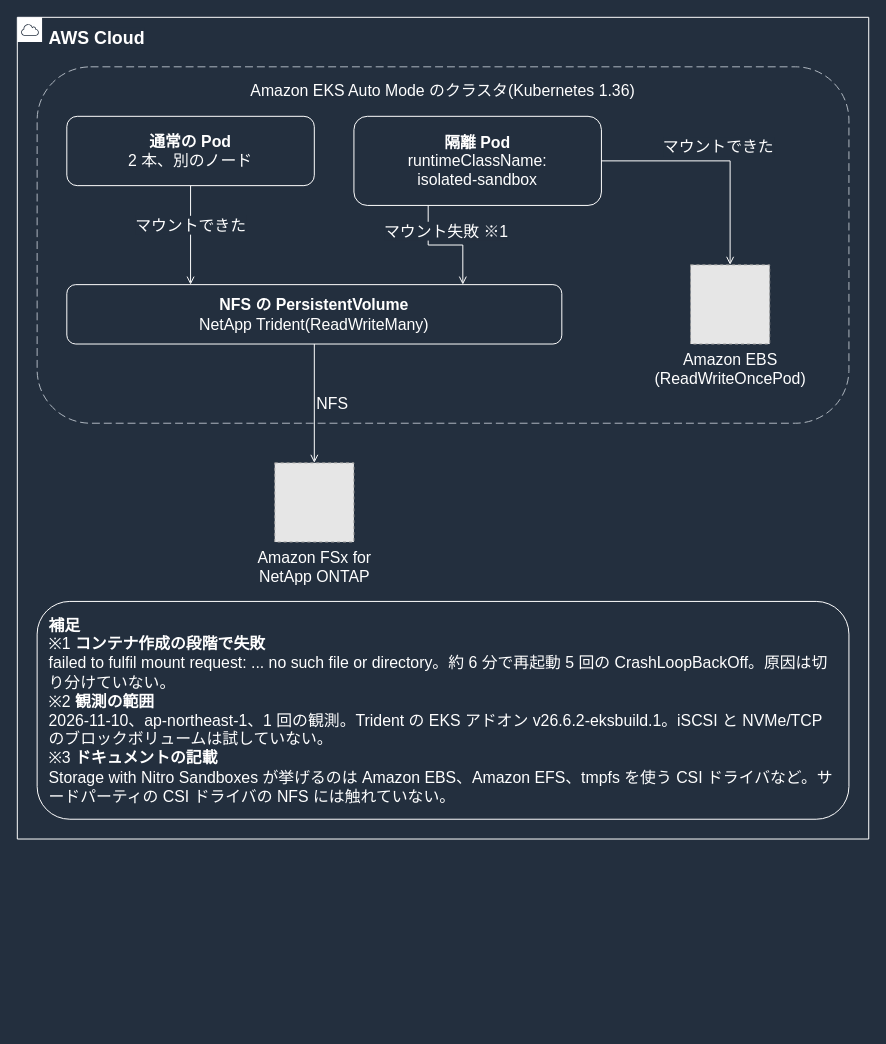
This is docs/_assets/diagrams/s3ap-sandbox-storage-dark.drawio from Yoshiki0705/FSx-for-ONTAP-Container-Datastore-Patterns, a draw.io file, before an edit. Source tidied: cells renumbered, new cells numbered last; positions are measured from the earlier drawing's top-left corner, leaving out a move shared by most shapes. Both pictures are drawn from the tidied source at 99%, with x=0, y=0 at pixel (17, 17). Pictures stored in the file or linked from it are replaced by grey dashed boxes.
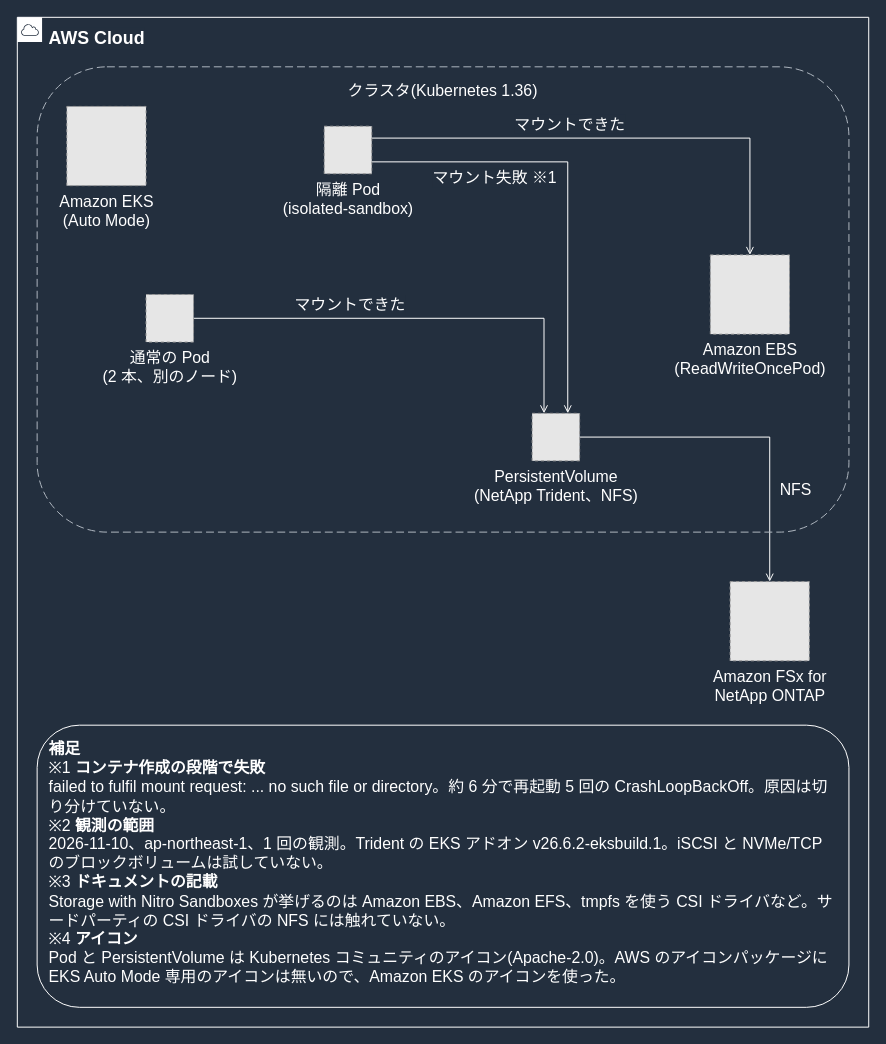
Above is the later version.

Change to the diagram source:
```diff
@@
 <mxGraphModel background="#232F3E">
   <root>
     <mxCell id="0" />
     <mxCell id="1" parent="0" />
-    <mxCell id="2" value="マウントできた" style="edgeStyle=orthogonalEdgeStyle;rounded=0;html=1;endArrow=open;endFill=0;strokeColor=#FFFFFF;strokeWidth=1;fontSize=16;fontColor=#FFFFFF;labelBackgroundColor=#232F3E;exitX=0.5;exitY=1.0;exitDx=0;exitDy=0;entryX=0.25;entryY=0.0;entryDx=0;entryDy=0;" parent="1" edge="1" source="8" target="10">
-      <mxGeometry relative="1" as="geometry">
-        <mxPoint y="-10" as="offset" />
+    <mxCell id="2" value="マウントできた" style="edgeStyle=orthogonalEdgeStyle;rounded=0;html=1;endArrow=open;endFill=0;strokeColor=#FFFFFF;strokeWidth=1;fontSize=16;fontColor=#FFFFFF;labelBackgroundColor=#232F3E;exitX=1.0;exitY=0.5;exitDx=0;exitDy=0;entryX=0.25;entryY=0.0;entryDx=0;entryDy=0;" parent="1" edge="1" source="8" target="10">
+      <mxGeometry x="-0.3" relative="1" as="geometry">
+        <mxPoint y="-14" as="offset" />
       </mxGeometry>
     </mxCell>
-    <mxCell id="3" value="マウント失敗 ※1" style="edgeStyle=orthogonalEdgeStyle;rounded=0;html=1;endArrow=open;endFill=0;strokeColor=#FFFFFF;strokeWidth=1;fontSize=16;fontColor=#FFFFFF;labelBackgroundColor=#232F3E;exitX=0.3;exitY=1.0;exitDx=0;exitDy=0;entryX=0.8;entryY=0.0;entryDx=0;entryDy=0;" parent="1" edge="1" source="9" target="10">
-      <mxGeometry relative="1" as="geometry">
-        <mxPoint y="-14" as="offset" />
+    <mxCell id="3" value="マウント失敗 ※1" style="edgeStyle=orthogonalEdgeStyle;rounded=0;html=1;endArrow=open;endFill=0;strokeColor=#FFFFFF;strokeWidth=1;fontSize=16;fontColor=#FFFFFF;labelBackgroundColor=#232F3E;exitX=1.0;exitY=0.75;exitDx=0;exitDy=0;entryX=0.75;entryY=0.0;entryDx=0;entryDy=0;" parent="1" edge="1" source="9" target="10">
+      <mxGeometry x="-0.45" relative="1" as="geometry">
+        <mxPoint y="16" as="offset" />
       </mxGeometry>
     </mxCell>
-    <mxCell id="4" value="マウントできた" style="edgeStyle=orthogonalEdgeStyle;rounded=0;html=1;endArrow=open;endFill=0;strokeColor=#FFFFFF;strokeWidth=1;fontSize=16;fontColor=#FFFFFF;labelBackgroundColor=#232F3E;exitX=1.0;exitY=0.5;exitDx=0;exitDy=0;entryX=0.5;entryY=0.0;entryDx=0;entryDy=0;" parent="1" edge="1" source="9" target="12">
-      <mxGeometry relative="1" as="geometry">
+    <mxCell id="4" value="マウントできた" style="edgeStyle=orthogonalEdgeStyle;rounded=0;html=1;endArrow=open;endFill=0;strokeColor=#FFFFFF;strokeWidth=1;fontSize=16;fontColor=#FFFFFF;labelBackgroundColor=#232F3E;exitX=1.0;exitY=0.25;exitDx=0;exitDy=0;entryX=0.5;entryY=0.0;entryDx=0;entryDy=0;" parent="1" edge="1" source="9" target="12">
+      <mxGeometry x="-0.2" relative="1" as="geometry">
         <mxPoint y="-14" as="offset" />
       </mxGeometry>
     </mxCell>
-    <mxCell id="5" value="NFS" style="edgeStyle=orthogonalEdgeStyle;rounded=0;html=1;endArrow=open;endFill=0;strokeColor=#FFFFFF;strokeWidth=1;fontSize=16;fontColor=#FFFFFF;labelBackgroundColor=#232F3E;exitX=0.5;exitY=1.0;exitDx=0;exitDy=0;entryX=0.5;entryY=0.0;entryDx=0;entryDy=0;" parent="1" edge="1" source="10" target="13">
-      <mxGeometry relative="1" as="geometry">
-        <mxPoint x="18" as="offset" />
+    <mxCell id="5" value="NFS" style="edgeStyle=orthogonalEdgeStyle;rounded=0;html=1;endArrow=open;endFill=0;strokeColor=#FFFFFF;strokeWidth=1;fontSize=16;fontColor=#FFFFFF;labelBackgroundColor=#232F3E;exitX=1.0;exitY=0.5;exitDx=0;exitDy=0;entryX=0.5;entryY=0.0;entryDx=0;entryDy=0;" parent="1" edge="1" source="10" target="13">
+      <mxGeometry x="0.45" relative="1" as="geometry">
+        <mxPoint x="26" as="offset" />
       </mxGeometry>
     </mxCell>
     <mxCell id="6" value="AWS Cloud" style="gradientColor=none;html=1;whiteSpace=wrap;fontSize=18;fontStyle=1;fontColor=#FFFFFF;shape=mxgraph.aws4.group;grIcon=mxgraph.aws4.group_aws_cloud;strokeColor=#FFFFFF;fillColor=none;verticalAlign=top;align=left;spacingLeft=30;spacingTop=4;dashed=0;labelBackgroundColor=#232F3E;" parent="1" vertex="1">
-      <mxGeometry width="860" height="830" as="geometry" />
+      <mxGeometry width="860" height="1020" as="geometry" />
     </mxCell>
-    <mxCell id="7" value="Amazon EKS Auto Mode のクラスタ(Kubernetes 1.36)" style="rounded=1;whiteSpace=wrap;html=1;dashed=1;dashPattern=8 4;strokeColor=#B0B8C1;fillColor=none;fontColor=#FFFFFF;fontSize=16;verticalAlign=top;align=center;spacingTop=8;" parent="1" vertex="1">
-      <mxGeometry x="20" y="50" width="820" height="360" as="geometry" />
+    <mxCell id="7" value="クラスタ(Kubernetes 1.36)" style="rounded=1;whiteSpace=wrap;html=1;dashed=1;dashPattern=8 4;strokeColor=#B0B8C1;fillColor=none;fontColor=#FFFFFF;fontSize=16;verticalAlign=top;align=center;spacingTop=8;" parent="1" vertex="1">
+      <mxGeometry x="20" y="50" width="820" height="470" as="geometry" />
     </mxCell>
+    <mxCell id="11" value="&lt;b&gt;補足&lt;/b&gt;&lt;br&gt;※1 &lt;b&gt;コンテナ作成の段階で失敗&lt;/b&gt;&lt;br&gt;failed to fulfil mount request: ... no such file or directory。約 6 分で再起動 5 回の CrashLoopBackOff。原因は切り分けていない。&lt;br&gt;※2 &lt;b&gt;観測の範囲&lt;/b&gt;&lt;br&gt;2026-11-10、ap-northeast-1、1 回の観測。Trident の EKS アドオン v26.6.2-eksbuild.1。iSCSI と NVMe/TCP のブロックボリュームは試していない。&lt;br&gt;※3 &lt;b&gt;ドキュメントの記載&lt;/b&gt;&lt;br&gt;Storage with Nitro Sandboxes が挙げるのは Amazon EBS、Amazon EFS、tmpfs を使う CSI ドライバなど。サードパーティの CSI ドライバの NFS には触れていない。&lt;br&gt;※4 &lt;b&gt;アイコン&lt;/b&gt;&lt;br&gt;Pod と PersistentVolume は Kubernetes コミュニティのアイコン(Apache-2.0)。AWS のアイコンパッケージに EKS Auto Mode 専用のアイコンは無いので、Amazon EKS のアイコンを使った。" style="rounded=1;whiteSpace=wrap;html=1;strokeColor=#FFFFFF;fillColor=none;fontColor=#FFFFFF;fontSize=16;verticalAlign=top;align=left;spacingLeft=10;spacingRight=10;spacingTop=8;" parent="1" vertex="1">
+      <mxGeometry x="20" y="715" width="820" height="285" as="geometry" />
+    </mxCell>
+    <mxCell id="14" value="Amazon EKS&lt;br&gt;(Auto Mode)" style="fillColor=#E6E6E6;strokeColor=#999999;dashed=1;html=1;verticalLabelPosition=bottom;verticalAlign=top;labelPosition=center;align=center;fontSize=16;fontColor=#FFFFFF;" parent="1" vertex="1">
+      <mxGeometry x="50" y="90" width="80" height="80" as="geometry" />
+    </mxCell>
+    <mxCell id="9" value="隔離 Pod&lt;br&gt;(isolated-sandbox)" style="fillColor=#E6E6E6;strokeColor=#999999;dashed=1;html=1;verticalLabelPosition=bottom;verticalAlign=top;labelPosition=center;align=center;fontSize=16;fontColor=#FFFFFF;" parent="1" vertex="1">
+      <mxGeometry x="310" y="110" width="48" height="48" as="geometry" />
+    </mxCell>
-    <mxCell id="8" value="&lt;b&gt;通常の Pod&lt;/b&gt;&lt;br&gt;2 本、別のノード" style="rounded=1;whiteSpace=wrap;html=1;strokeColor=#FFFFFF;fillColor=none;fontColor=#FFFFFF;fontSize=16;verticalAlign=middle;align=center;" parent="1" vertex="1">
-      <mxGeometry x="50" y="100" width="250" height="70" as="geometry" />
+    <mxCell id="8" value="通常の Pod&lt;br&gt;(2 本、別のノード)" style="fillColor=#E6E6E6;strokeColor=#999999;dashed=1;html=1;verticalLabelPosition=bottom;verticalAlign=top;labelPosition=center;align=center;fontSize=16;fontColor=#FFFFFF;" parent="1" vertex="1">
+      <mxGeometry x="130" y="280" width="48" height="48" as="geometry" />
     </mxCell>
-    <mxCell id="9" value="&lt;b&gt;隔離 Pod&lt;/b&gt;&lt;br&gt;runtimeClassName:&lt;br&gt;isolated-sandbox" style="rounded=1;whiteSpace=wrap;html=1;strokeColor=#FFFFFF;fillColor=none;fontColor=#FFFFFF;fontSize=16;verticalAlign=middle;align=center;" parent="1" vertex="1">
-      <mxGeometry x="340" y="100" width="250" height="90" as="geometry" />
-    </mxCell>
+    <mxCell id="12" value="Amazon EBS&lt;br&gt;(ReadWriteOncePod)" style="fillColor=#E6E6E6;strokeColor=#999999;dashed=1;html=1;verticalLabelPosition=bottom;verticalAlign=top;labelPosition=center;align=center;fontSize=16;fontColor=#FFFFFF;" parent="1" vertex="1">
+      <mxGeometry x="700" y="240" width="80" height="80" as="geometry" />
+    </mxCell>
-    <mxCell id="10" value="&lt;b&gt;NFS の PersistentVolume&lt;/b&gt;&lt;br&gt;NetApp Trident(ReadWriteMany)" style="rounded=1;whiteSpace=wrap;html=1;strokeColor=#FFFFFF;fillColor=none;fontColor=#FFFFFF;fontSize=16;verticalAlign=middle;align=center;" parent="1" vertex="1">
-      <mxGeometry x="50" y="270" width="500" height="60" as="geometry" />
+    <mxCell id="10" value="PersistentVolume&lt;br&gt;(NetApp Trident、NFS)" style="fillColor=#E6E6E6;strokeColor=#999999;dashed=1;html=1;verticalLabelPosition=bottom;verticalAlign=top;labelPosition=center;align=center;fontSize=16;fontColor=#FFFFFF;" parent="1" vertex="1">
+      <mxGeometry x="520" y="400" width="48" height="48" as="geometry" />
     </mxCell>
-    <mxCell id="11" value="&lt;b&gt;補足&lt;/b&gt;&lt;br&gt;※1 &lt;b&gt;コンテナ作成の段階で失敗&lt;/b&gt;&lt;br&gt;failed to fulfil mount request: ... no such file or directory。約 6 分で再起動 5 回の CrashLoopBackOff。原因は切り分けていない。&lt;br&gt;※2 &lt;b&gt;観測の範囲&lt;/b&gt;&lt;br&gt;2026-11-10、ap-northeast-1、1 回の観測。Trident の EKS アドオン v26.6.2-eksbuild.1。iSCSI と NVMe/TCP のブロックボリュームは試していない。&lt;br&gt;※3 &lt;b&gt;ドキュメントの記載&lt;/b&gt;&lt;br&gt;Storage with Nitro Sandboxes が挙げるのは Amazon EBS、Amazon EFS、tmpfs を使う CSI ドライバなど。サードパーティの CSI ドライバの NFS には触れていない。" style="rounded=1;whiteSpace=wrap;html=1;strokeColor=#FFFFFF;fillColor=none;fontColor=#FFFFFF;fontSize=16;verticalAlign=top;align=left;spacingLeft=10;spacingRight=10;spacingTop=8;" parent="1" vertex="1">
-      <mxGeometry x="20" y="590" width="820" height="220" as="geometry" />
-    </mxCell>
-    <mxCell id="12" value="Amazon EBS&lt;br&gt;(ReadWriteOncePod)" style="fillColor=#E6E6E6;strokeColor=#999999;dashed=1;html=1;verticalLabelPosition=bottom;verticalAlign=top;labelPosition=center;align=center;fontSize=16;fontColor=#FFFFFF;" parent="1" vertex="1">
-      <mxGeometry x="680" y="250" width="80" height="80" as="geometry" />
-    </mxCell>
     <mxCell id="13" value="Amazon FSx for&lt;br&gt;NetApp ONTAP" style="fillColor=#E6E6E6;strokeColor=#999999;dashed=1;html=1;verticalLabelPosition=bottom;verticalAlign=top;labelPosition=center;align=center;fontSize=16;fontColor=#FFFFFF;" parent="1" vertex="1">
-      <mxGeometry x="260" y="450" width="80" height="80" as="geometry" />
+      <mxGeometry x="720" y="570" width="80" height="80" as="geometry" />
     </mxCell>
   </root>
 </mxGraphModel>
```
